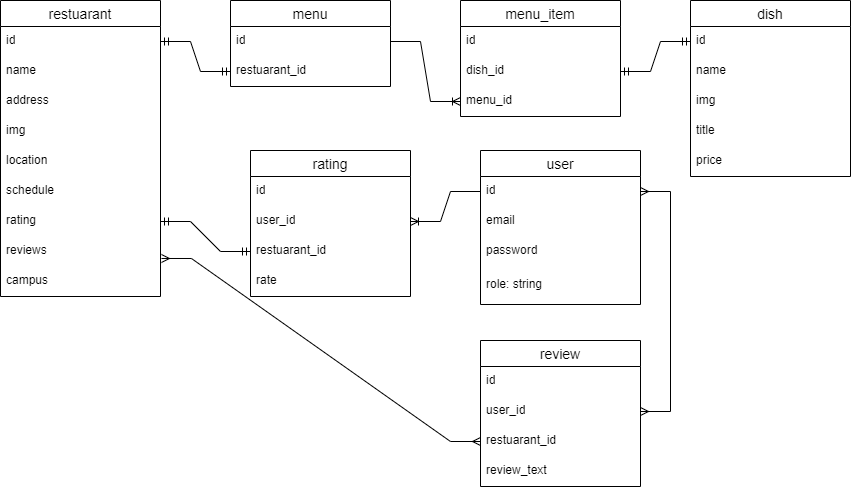
The draw.io diagram db diagrams/cripsy-campus-db.drawio.png in PavlovichVladislav/nstu-food-backend, before a commit. Source tidied: cells renumbered, new cells last; positions are measured from the earlier drawing's top-left corner, leaving out a move shared by most shapes. The source it was exported from:
```xml
<mxGraphModel>
  <root>
    <mxCell id="0" />
    <mxCell id="1" parent="0" />
    <mxCell id="2" value="user" style="swimlane;fontStyle=0;horizontal=1;startSize=26;align=center;fontSize=14;" parent="1" vertex="1">
      <mxGeometry x="480" y="150" width="160" height="154" as="geometry" />
    </mxCell>
    <mxCell id="3" value="id" style="text;strokeColor=none;fillColor=none;spacingLeft=4;spacingRight=4;overflow=hidden;points=[[0,0.5],[1,0.5]];portConstraint=eastwest;fontSize=12;whiteSpace=wrap;html=1;" parent="2" vertex="1">
      <mxGeometry y="26" width="160" height="30" as="geometry" />
    </mxCell>
    <mxCell id="4" value="email" style="text;strokeColor=none;fillColor=none;spacingLeft=4;spacingRight=4;overflow=hidden;fontSize=12;whiteSpace=wrap;html=1;" parent="2" vertex="1">
      <mxGeometry y="56" width="160" height="30" as="geometry" />
    </mxCell>
    <mxCell id="5" value="password&amp;nbsp;" style="text;strokeColor=none;fillColor=none;spacingLeft=4;spacingRight=4;overflow=hidden;fontSize=12;whiteSpace=wrap;html=1;" parent="2" vertex="1">
      <mxGeometry y="86" width="160" height="34" as="geometry" />
    </mxCell>
    <mxCell id="6" value="role: string" style="text;strokeColor=none;fillColor=none;spacingLeft=4;spacingRight=4;overflow=hidden;fontSize=12;whiteSpace=wrap;html=1;" parent="2" vertex="1">
      <mxGeometry y="120" width="160" height="34" as="geometry" />
    </mxCell>
    <mxCell id="7" value="menu" style="swimlane;fontStyle=0;horizontal=1;startSize=26;align=center;fontSize=14;" parent="1" vertex="1">
      <mxGeometry x="230" width="160" height="86" as="geometry" />
    </mxCell>
    <mxCell id="8" value="id" style="text;strokeColor=none;fillColor=none;spacingLeft=4;spacingRight=4;overflow=hidden;points=[[0,0.5],[1,0.5]];portConstraint=eastwest;fontSize=12;whiteSpace=wrap;html=1;" parent="7" vertex="1">
      <mxGeometry y="26" width="160" height="30" as="geometry" />
    </mxCell>
    <mxCell id="9" value="restuarant_id" style="text;strokeColor=none;fillColor=none;spacingLeft=4;spacingRight=4;overflow=hidden;points=[[0,0.5],[1,0.5]];portConstraint=eastwest;fontSize=12;whiteSpace=wrap;html=1;" parent="7" vertex="1">
      <mxGeometry y="56" width="160" height="30" as="geometry" />
    </mxCell>
    <mxCell id="10" value="restuarant" style="swimlane;fontStyle=0;horizontal=1;startSize=26;align=center;fontSize=14;" parent="1" vertex="1">
      <mxGeometry width="160" height="296" as="geometry" />
    </mxCell>
    <mxCell id="11" value="id" style="text;strokeColor=none;fillColor=none;spacingLeft=4;spacingRight=4;overflow=hidden;points=[[0,0.5],[1,0.5]];portConstraint=eastwest;fontSize=12;whiteSpace=wrap;html=1;" parent="10" vertex="1">
      <mxGeometry y="26" width="160" height="30" as="geometry" />
    </mxCell>
    <mxCell id="12" value="name" style="text;strokeColor=none;fillColor=none;spacingLeft=4;spacingRight=4;overflow=hidden;fontSize=12;whiteSpace=wrap;html=1;" parent="10" vertex="1">
      <mxGeometry y="56" width="160" height="30" as="geometry" />
    </mxCell>
    <mxCell id="13" value="address" style="text;strokeColor=none;fillColor=none;spacingLeft=4;spacingRight=4;overflow=hidden;fontSize=12;whiteSpace=wrap;html=1;" parent="10" vertex="1">
      <mxGeometry y="86" width="160" height="30" as="geometry" />
    </mxCell>
    <mxCell id="14" value="img" style="text;strokeColor=none;fillColor=none;spacingLeft=4;spacingRight=4;overflow=hidden;fontSize=12;whiteSpace=wrap;html=1;" parent="10" vertex="1">
      <mxGeometry y="116" width="160" height="30" as="geometry" />
    </mxCell>
    <mxCell id="15" value="location" style="text;strokeColor=none;fillColor=none;spacingLeft=4;spacingRight=4;overflow=hidden;fontSize=12;whiteSpace=wrap;html=1;" parent="10" vertex="1">
      <mxGeometry y="146" width="160" height="30" as="geometry" />
    </mxCell>
    <mxCell id="16" value="schedule" style="text;strokeColor=none;fillColor=none;spacingLeft=4;spacingRight=4;overflow=hidden;fontSize=12;whiteSpace=wrap;html=1;" parent="10" vertex="1">
      <mxGeometry y="176" width="160" height="30" as="geometry" />
    </mxCell>
    <mxCell id="17" value="rating" style="text;strokeColor=none;fillColor=none;spacingLeft=4;spacingRight=4;overflow=hidden;points=[[0,0.5],[1,0.5]];portConstraint=eastwest;fontSize=12;whiteSpace=wrap;html=1;" parent="10" vertex="1">
      <mxGeometry y="206" width="160" height="30" as="geometry" />
    </mxCell>
    <mxCell id="18" value="reviews" style="text;strokeColor=none;fillColor=none;spacingLeft=4;spacingRight=4;overflow=hidden;points=[[0,0.5],[1,0.5]];portConstraint=eastwest;fontSize=12;whiteSpace=wrap;html=1;" parent="10" vertex="1">
      <mxGeometry y="236" width="160" height="30" as="geometry" />
    </mxCell>
    <mxCell id="19" value="campus" style="text;strokeColor=none;fillColor=none;spacingLeft=4;spacingRight=4;overflow=hidden;fontSize=12;whiteSpace=wrap;html=1;" parent="10" vertex="1">
      <mxGeometry y="266" width="160" height="30" as="geometry" />
    </mxCell>
    <mxCell id="20" value="review" style="swimlane;fontStyle=0;horizontal=1;startSize=26;align=center;fontSize=14;" parent="1" vertex="1">
      <mxGeometry x="480" y="340" width="160" height="146" as="geometry" />
    </mxCell>
    <mxCell id="21" value="id" style="text;strokeColor=none;fillColor=none;spacingLeft=4;spacingRight=4;overflow=hidden;fontSize=12;whiteSpace=wrap;html=1;" parent="20" vertex="1">
      <mxGeometry y="26" width="160" height="30" as="geometry" />
    </mxCell>
    <mxCell id="22" value="user_id" style="text;strokeColor=none;fillColor=none;spacingLeft=4;spacingRight=4;overflow=hidden;points=[[0,0.5],[1,0.5]];portConstraint=eastwest;fontSize=12;whiteSpace=wrap;html=1;" parent="20" vertex="1">
      <mxGeometry y="56" width="160" height="30" as="geometry" />
    </mxCell>
    <mxCell id="23" value="restuarant_id" style="text;strokeColor=none;fillColor=none;spacingLeft=4;spacingRight=4;overflow=hidden;points=[[0,0.5],[1,0.5]];portConstraint=eastwest;fontSize=12;whiteSpace=wrap;html=1;" parent="20" vertex="1">
      <mxGeometry y="86" width="160" height="30" as="geometry" />
    </mxCell>
    <mxCell id="24" value="review_text" style="text;strokeColor=none;fillColor=none;spacingLeft=4;spacingRight=4;overflow=hidden;fontSize=12;whiteSpace=wrap;html=1;" parent="20" vertex="1">
      <mxGeometry y="116" width="160" height="30" as="geometry" />
    </mxCell>
    <mxCell id="25" value="dish" style="swimlane;fontStyle=0;horizontal=1;startSize=26;align=center;fontSize=14;" parent="1" vertex="1">
      <mxGeometry x="690" width="160" height="176" as="geometry" />
    </mxCell>
    <mxCell id="26" value="id" style="text;strokeColor=none;fillColor=none;spacingLeft=4;spacingRight=4;overflow=hidden;points=[[0,0.5],[1,0.5]];portConstraint=eastwest;fontSize=12;whiteSpace=wrap;html=1;" parent="25" vertex="1">
      <mxGeometry y="26" width="160" height="30" as="geometry" />
    </mxCell>
    <mxCell id="27" value="name" style="text;strokeColor=none;fillColor=none;spacingLeft=4;spacingRight=4;overflow=hidden;fontSize=12;whiteSpace=wrap;html=1;" parent="25" vertex="1">
      <mxGeometry y="56" width="160" height="30" as="geometry" />
    </mxCell>
    <mxCell id="28" value="img" style="text;strokeColor=none;fillColor=none;spacingLeft=4;spacingRight=4;overflow=hidden;fontSize=12;whiteSpace=wrap;html=1;" parent="25" vertex="1">
      <mxGeometry y="86" width="160" height="30" as="geometry" />
    </mxCell>
    <mxCell id="29" value="title" style="text;strokeColor=none;fillColor=none;spacingLeft=4;spacingRight=4;overflow=hidden;fontSize=12;whiteSpace=wrap;html=1;" parent="25" vertex="1">
      <mxGeometry y="116" width="160" height="30" as="geometry" />
    </mxCell>
    <mxCell id="30" value="price" style="text;strokeColor=none;fillColor=none;spacingLeft=4;spacingRight=4;overflow=hidden;fontSize=12;whiteSpace=wrap;html=1;" parent="25" vertex="1">
      <mxGeometry y="146" width="160" height="30" as="geometry" />
    </mxCell>
    <mxCell id="31" value="menu_item" style="swimlane;fontStyle=0;horizontal=1;startSize=26;align=center;fontSize=14;" parent="1" vertex="1">
      <mxGeometry x="460" width="160" height="116" as="geometry" />
    </mxCell>
    <mxCell id="32" value="id" style="text;strokeColor=none;fillColor=none;spacingLeft=4;spacingRight=4;overflow=hidden;fontSize=12;whiteSpace=wrap;html=1;" parent="31" vertex="1">
      <mxGeometry y="26" width="160" height="30" as="geometry" />
    </mxCell>
    <mxCell id="33" value="dish_id" style="text;strokeColor=none;fillColor=none;spacingLeft=4;spacingRight=4;overflow=hidden;points=[[0,0.5],[1,0.5]];portConstraint=eastwest;fontSize=12;whiteSpace=wrap;html=1;" parent="31" vertex="1">
      <mxGeometry y="56" width="160" height="30" as="geometry" />
    </mxCell>
    <mxCell id="34" value="menu_id" style="text;strokeColor=none;fillColor=none;spacingLeft=4;spacingRight=4;overflow=hidden;points=[[0,0.5],[1,0.5]];portConstraint=eastwest;fontSize=12;whiteSpace=wrap;html=1;" parent="31" vertex="1">
      <mxGeometry y="86" width="160" height="30" as="geometry" />
    </mxCell>
    <mxCell id="35" value="rating" style="swimlane;fontStyle=0;horizontal=1;startSize=26;align=center;fontSize=14;" parent="1" vertex="1">
      <mxGeometry x="250" y="150" width="160" height="146" as="geometry" />
    </mxCell>
    <mxCell id="36" value="id" style="text;strokeColor=none;fillColor=none;spacingLeft=4;spacingRight=4;overflow=hidden;fontSize=12;whiteSpace=wrap;html=1;" parent="35" vertex="1">
      <mxGeometry y="26" width="160" height="30" as="geometry" />
    </mxCell>
    <mxCell id="37" value="user_id" style="text;strokeColor=none;fillColor=none;spacingLeft=4;spacingRight=4;overflow=hidden;points=[[0,0.5],[1,0.5]];portConstraint=eastwest;fontSize=12;whiteSpace=wrap;html=1;" parent="35" vertex="1">
      <mxGeometry y="56" width="160" height="30" as="geometry" />
    </mxCell>
    <mxCell id="38" value="restuarant_id" style="text;strokeColor=none;fillColor=none;spacingLeft=4;spacingRight=4;overflow=hidden;points=[[0,0.5],[1,0.5]];portConstraint=eastwest;fontSize=12;whiteSpace=wrap;html=1;" parent="35" vertex="1">
      <mxGeometry y="86" width="160" height="30" as="geometry" />
    </mxCell>
    <mxCell id="39" value="rate" style="text;strokeColor=none;fillColor=none;spacingLeft=4;spacingRight=4;overflow=hidden;fontSize=12;whiteSpace=wrap;html=1;" parent="35" vertex="1">
      <mxGeometry y="116" width="160" height="30" as="geometry" />
    </mxCell>
    <mxCell id="40" style="edgeStyle=entityRelationEdgeStyle;fontSize=12;html=1;endArrow=ERoneToMany;rounded=0;entryX=0;entryY=0.5;entryDx=0;entryDy=0;exitX=1;exitY=0.5;exitDx=0;exitDy=0;" parent="1" edge="1" source="8" target="34">
      <mxGeometry relative="1" as="geometry" />
    </mxCell>
    <mxCell id="41" style="edgeStyle=entityRelationEdgeStyle;fontSize=12;html=1;endArrow=ERmandOne;startArrow=ERmandOne;rounded=0;entryX=0;entryY=0.5;entryDx=0;entryDy=0;exitX=1;exitY=0.5;exitDx=0;exitDy=0;" parent="1" edge="1" source="33" target="26">
      <mxGeometry relative="1" as="geometry" />
    </mxCell>
    <mxCell id="42" style="edgeStyle=entityRelationEdgeStyle;fontSize=12;html=1;endArrow=ERmandOne;startArrow=ERmandOne;rounded=0;exitX=1;exitY=0.5;exitDx=0;exitDy=0;entryX=0;entryY=0.5;entryDx=0;entryDy=0;" parent="1" edge="1" source="11" target="9">
      <mxGeometry relative="1" as="geometry" />
    </mxCell>
    <mxCell id="43" style="edgeStyle=entityRelationEdgeStyle;fontSize=12;html=1;endArrow=ERoneToMany;rounded=0;exitX=0;exitY=0.5;exitDx=0;exitDy=0;" parent="1" edge="1" source="3" target="37">
      <mxGeometry relative="1" as="geometry" />
    </mxCell>
    <mxCell id="44" style="edgeStyle=entityRelationEdgeStyle;fontSize=12;html=1;endArrow=ERmandOne;startArrow=ERmandOne;rounded=0;exitX=0;exitY=0.5;exitDx=0;exitDy=0;" parent="1" edge="1" source="38" target="17">
      <mxGeometry relative="1" as="geometry" />
    </mxCell>
    <mxCell id="45" style="edgeStyle=entityRelationEdgeStyle;fontSize=12;html=1;endArrow=ERmany;startArrow=ERmany;rounded=0;entryX=1;entryY=0.5;entryDx=0;entryDy=0;" parent="1" edge="1" source="22" target="3">
      <mxGeometry relative="1" as="geometry" />
    </mxCell>
    <mxCell id="46" style="edgeStyle=entityRelationEdgeStyle;fontSize=12;html=1;endArrow=ERmany;startArrow=ERmany;rounded=0;exitX=1.006;exitY=0.733;exitDx=0;exitDy=0;exitPerimeter=0;entryX=0;entryY=0.5;entryDx=0;entryDy=0;" parent="1" edge="1" source="18" target="23">
      <mxGeometry relative="1" as="geometry" />
    </mxCell>
  </root>
</mxGraphModel>
```
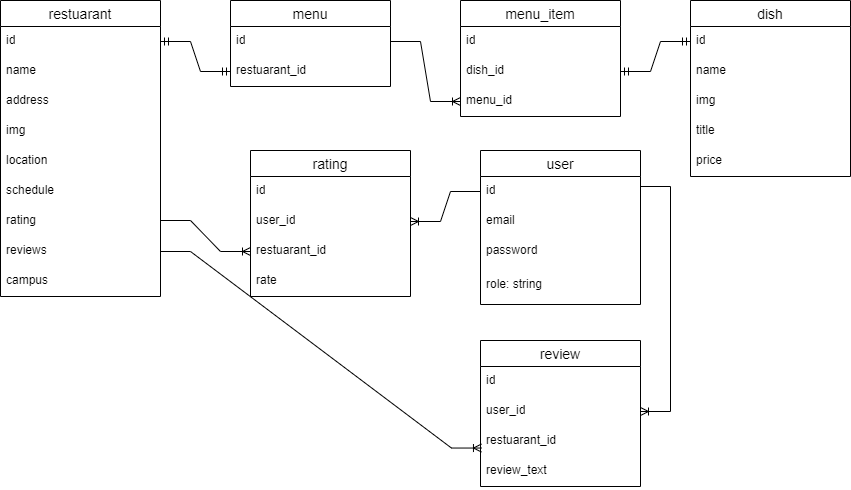
Later version of the same file.

Commit message:
made changes to the database diagram

The edit, as a diff of the source:
```diff
@@ -128,14 +128,18 @@
     <mxCell id="43" style="edgeStyle=entityRelationEdgeStyle;fontSize=12;html=1;endArrow=ERoneToMany;rounded=0;exitX=0;exitY=0.5;exitDx=0;exitDy=0;" parent="1" edge="1" source="3" target="37">
       <mxGeometry relative="1" as="geometry" />
     </mxCell>
-    <mxCell id="44" style="edgeStyle=entityRelationEdgeStyle;fontSize=12;html=1;endArrow=ERmandOne;startArrow=ERmandOne;rounded=0;exitX=0;exitY=0.5;exitDx=0;exitDy=0;" parent="1" edge="1" source="38" target="17">
-      <mxGeometry relative="1" as="geometry" />
-    </mxCell>
-    <mxCell id="45" style="edgeStyle=entityRelationEdgeStyle;fontSize=12;html=1;endArrow=ERmany;startArrow=ERmany;rounded=0;entryX=1;entryY=0.5;entryDx=0;entryDy=0;" parent="1" edge="1" source="22" target="3">
-      <mxGeometry relative="1" as="geometry" />
-    </mxCell>
+    <mxCell id="47" style="edgeStyle=entityRelationEdgeStyle;fontSize=12;html=1;endArrow=ERoneToMany;rounded=0;entryX=1;entryY=0.5;entryDx=0;entryDy=0;" parent="1" edge="1" target="22">
+      <mxGeometry relative="1" as="geometry">
+        <mxPoint x="640" y="186" as="sourcePoint" />
+      </mxGeometry>
+    </mxCell>
-    <mxCell id="46" style="edgeStyle=entityRelationEdgeStyle;fontSize=12;html=1;endArrow=ERmany;startArrow=ERmany;rounded=0;exitX=1.006;exitY=0.733;exitDx=0;exitDy=0;exitPerimeter=0;entryX=0;entryY=0.5;entryDx=0;entryDy=0;" parent="1" edge="1" source="18" target="23">
+    <mxCell id="46" style="edgeStyle=entityRelationEdgeStyle;fontSize=12;html=1;endArrow=ERoneToMany;rounded=0;exitX=1;exitY=0.5;exitDx=0;exitDy=0;entryX=0.006;entryY=0.718;entryDx=0;entryDy=0;entryPerimeter=0;" parent="1" edge="1" source="18" target="23">
       <mxGeometry relative="1" as="geometry" />
     </mxCell>
+    <mxCell id="48" style="edgeStyle=entityRelationEdgeStyle;fontSize=12;html=1;endArrow=ERoneToMany;rounded=0;entryX=0;entryY=0.5;entryDx=0;entryDy=0;" parent="1" edge="1" target="38">
+      <mxGeometry relative="1" as="geometry">
+        <mxPoint x="160" y="220" as="sourcePoint" />
+      </mxGeometry>
+    </mxCell>
   </root>
 </mxGraphModel>
```
